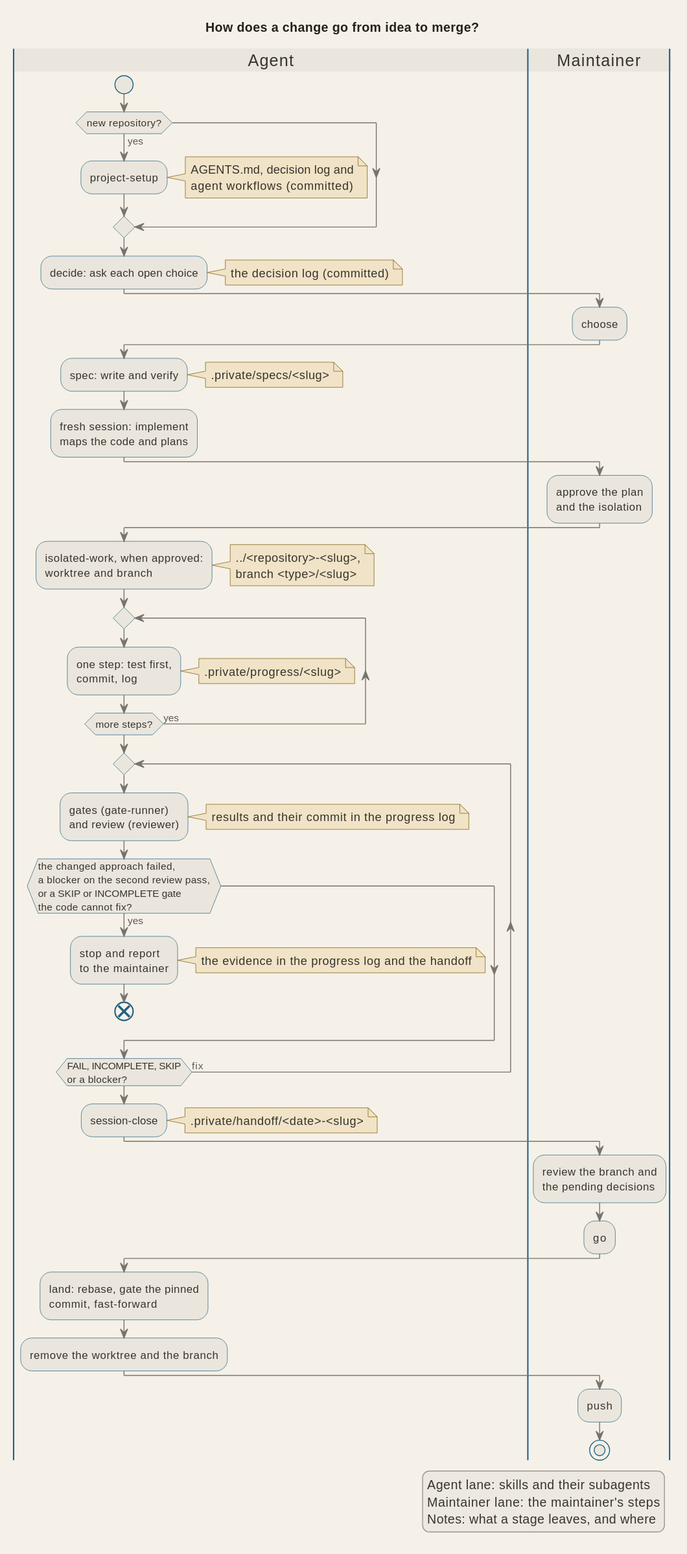
Before: docs/diagrams/pipeline_stages.svg, a diagram exported from PlantUML (signorenne/dotagents).
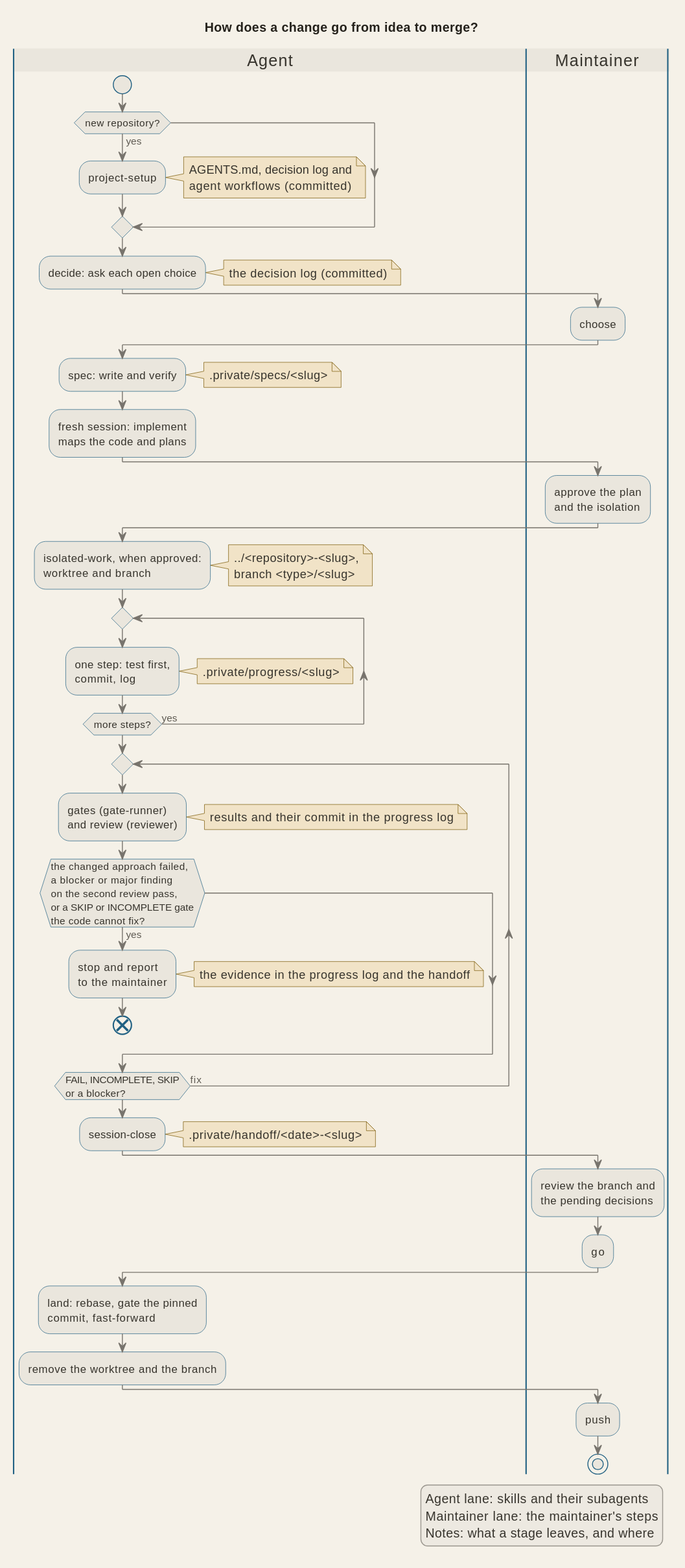
Later version of the same file.

Commit message:
docs(pipeline): name a major finding in the fix loop's exit

Diff of the diagram source:
```diff
@@ -39,7 +39,7 @@
   :gates (gate-runner)
   and review (reviewer);
   note right : results and their commit in the progress log
-  if (the changed approach failed,\na blocker on the second review pass,\nor a SKIP or INCOMPLETE gate\nthe code cannot fix?) then (yes)
+  if (the changed approach failed,\na blocker or major finding\non the second review pass,\nor a SKIP or INCOMPLETE gate\nthe code cannot fix?) then (yes)
     :stop and report
     to the maintainer;
     note right : the evidence in the progress log and the handoff
```
